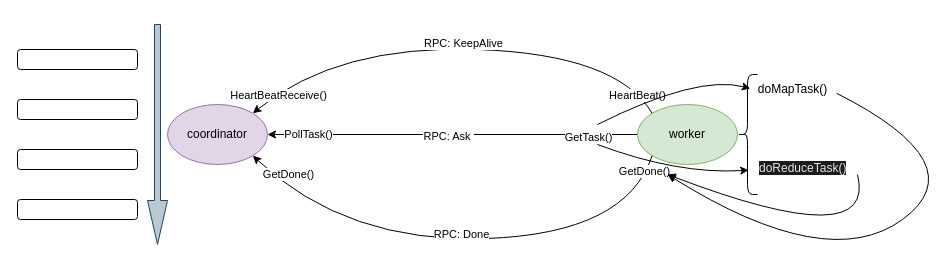
The draw.io diagram lab中MapReduce架构.drawio in FunkLiu/A-mini-porgram-about-Gaokao, before the edit. Source tidied: cells renumbered, new cells numbered last; positions are measured from the earlier drawing's top-left corner, leaving out a move shared by most shapes. Both pictures are drawn from the tidied source at 100%, with x=0, y=0 at pixel (17, 24).
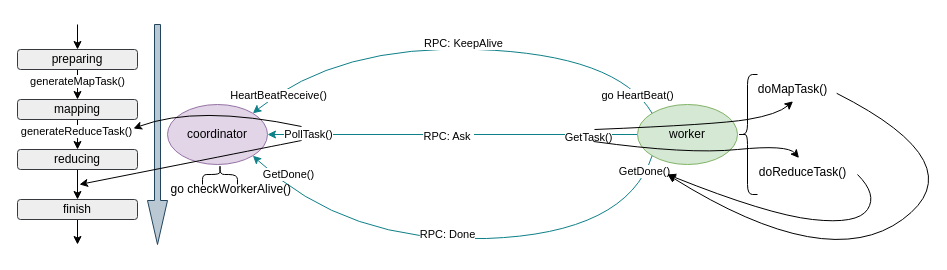
After the change.

Commit message (it also covers changes not shown here):
更新lab中MapReduce架构.drawio

Unchanged cells that the change refers to:
```xml
<mxCell id="2" value="coordinator" style="ellipse;whiteSpace=wrap;html=1;fillColor=#e1d5e7;strokeColor=#9673a6;" parent="1" vertex="1">
  <mxGeometry x="150" y="80" width="100" height="60" as="geometry" />
</mxCell>
<mxCell id="7" value="worker" style="ellipse;whiteSpace=wrap;html=1;fillColor=#d5e8d4;strokeColor=#82b366;" parent="1" vertex="1">
  <mxGeometry x="620" y="80" width="100" height="60" as="geometry" />
</mxCell>
<mxCell id="16" style="shape=curlyBracket;whiteSpace=wrap;html=1;rounded=1;labelPosition=left;verticalLabelPosition=middle;align=right;verticalAlign=middle;size=0.5;" parent="1" vertex="1">
  <mxGeometry x="720" y="50" width="20" height="120" as="geometry" />
</mxCell>
<mxCell id="17" value="doMapTask()" style="text;html=1;align=center;verticalAlign=middle;points=[];strokeColor=none;fillColor=none;" parent="1" vertex="1">
  <mxGeometry x="730" y="50" width="90" height="30" as="geometry" />
</mxCell>
```

Diff of the diagram source:
```diff
@@
-    <mxCell id="3" style="edgeStyle=orthogonalEdgeStyle;rounded=0;jettySize=auto;html=1;exitX=0;exitY=0.5;exitDx=0;exitDy=0;" parent="1" edge="1" source="7" target="2">
+    <mxCell id="3" style="edgeStyle=orthogonalEdgeStyle;rounded=0;jettySize=auto;html=1;exitX=0;exitY=0.5;exitDx=0;exitDy=0;fillColor=#b0e3e6;strokeColor=#0e8088;" parent="1" edge="1" source="7" target="2">
       <mxGeometry relative="1" as="geometry" />
     </mxCell>
@@
-    <mxCell id="8" style="curved=1;endArrow=classic;html=1;rounded=0;entryX=1;entryY=0;entryDx=0;entryDy=0;exitX=0;exitY=0;exitDx=0;exitDy=0;" parent="1" edge="1" source="7" target="2">
+    <mxCell id="8" style="curved=1;endArrow=classic;html=1;rounded=0;entryX=1;entryY=0;entryDx=0;entryDy=0;exitX=0;exitY=0;exitDx=0;exitDy=0;fillColor=#b0e3e6;strokeColor=#0e8088;" parent="1" edge="1" source="7" target="2">
       <mxGeometry relative="1" as="geometry">
         <Array as="points">
           <mxPoint x="600" y="30" />
           <mxPoint x="320" y="20" />
         </Array>
       </mxGeometry>
     </mxCell>
-    <mxCell id="9" value="HeartBeat()" style="edgeLabel;html=1;align=center;verticalAlign=middle;" parent="8" vertex="1">
+    <mxCell id="9" value="go HeartBeat()" style="edgeLabel;html=1;align=center;verticalAlign=middle;" parent="8" vertex="1">
       <mxGeometry x="-0.92" y="2" relative="1" as="geometry">
         <mxPoint x="-4" y="-4" as="offset" />
       </mxGeometry>
     </mxCell>
@@
-    <mxCell id="12" style="curved=1;endArrow=classic;html=1;rounded=0;entryX=1;entryY=1;entryDx=0;entryDy=0;exitX=0;exitY=1;exitDx=0;exitDy=0;" parent="1" edge="1" source="7" target="2">
+    <mxCell id="12" style="curved=1;endArrow=classic;html=1;rounded=0;entryX=1;entryY=1;entryDx=0;entryDy=0;exitX=0;exitY=1;exitDx=0;exitDy=0;fillColor=#b0e3e6;strokeColor=#0e8088;" parent="1" edge="1" source="7" target="2">
       <mxGeometry relative="1" as="geometry">
         <Array as="points">
           <mxPoint x="609" y="209" />
           <mxPoint x="329" y="219" />
         </Array>
       </mxGeometry>
     </mxCell>
@@
     <mxCell id="15" value="RPC: Done" style="edgeLabel;html=1;align=center;verticalAlign=middle;" parent="12" vertex="1">
       <mxGeometry x="0.72" y="1" relative="1" as="geometry">
-        <mxPoint x="159" y="31" as="offset" />
+        <mxPoint x="145" y="31" as="offset" />
       </mxGeometry>
     </mxCell>
@@
-    <mxCell id="18" value="&lt;span style=&quot;color: rgb(232, 230, 227); font-family: Helvetica; font-size: 12px; font-style: normal; font-variant-ligatures: normal; font-variant-caps: normal; font-weight: 400; letter-spacing: normal; orphans: 2; text-align: center; text-indent: 0px; text-transform: none; widows: 2; word-spacing: 0px; -webkit-text-stroke-width: 0px; white-space: nowrap; background-color: rgb(26, 28, 30); text-decoration-thickness: initial; text-decoration-style: initial; text-decoration-color: initial; float: none; display: inline !important; --darkreader-inline-color: #d8d4cf; --darkreader-inline-bgcolor: #151718;&quot;&gt;doReduceTask()&lt;/span&gt;" style="text;whiteSpace=wrap;html=1;" parent="1" vertex="1">
-      <mxGeometry x="740" y="130" width="100" height="40" as="geometry" />
-    </mxCell>
-    <mxCell id="19" style="curved=1;endArrow=classic;html=1;rounded=0;entryX=0.64;entryY=0.117;entryDx=0;entryDy=0;entryPerimeter=0;" parent="1" edge="1" target="16">
+    <mxCell id="19" style="curved=1;endArrow=classic;html=1;rounded=0;entryX=0.506;entryY=0.894;entryDx=0;entryDy=0;entryPerimeter=0;" parent="1" edge="1" target="17">
       <mxGeometry relative="1" as="geometry">
-        <mxPoint x="580" y="100" as="sourcePoint" />
+        <mxPoint x="577" y="105" as="sourcePoint" />
         <Array as="points">
-          <mxPoint x="680" y="50" />
+          <mxPoint x="700" y="100" />
+          <mxPoint x="760" y="90" />
         </Array>
       </mxGeometry>
     </mxCell>
-    <mxCell id="20" style="curved=1;endArrow=classic;html=1;rounded=0;entryX=0.56;entryY=0.797;entryDx=0;entryDy=0;entryPerimeter=0;" parent="1" edge="1" target="16">
+    <mxCell id="20" style="curved=1;endArrow=classic;html=1;rounded=0;entryX=0.468;entryY=0.033;entryDx=0;entryDy=0;entryPerimeter=0;" parent="1" edge="1" target="18">
       <mxGeometry relative="1" as="geometry">
-        <mxPoint x="580" y="120" as="sourcePoint" />
+        <mxPoint x="576" y="117" as="sourcePoint" />
         <Array as="points">
-          <mxPoint x="660" y="150" />
+          <mxPoint x="670" y="130" />
+          <mxPoint x="770" y="120" />
         </Array>
       </mxGeometry>
     </mxCell>
-    <mxCell id="21" style="curved=1;endArrow=classic;html=1;rounded=0;exitX=1;exitY=0.5;exitDx=0;exitDy=0;" parent="1" edge="1" source="18">
+    <mxCell id="21" style="curved=1;endArrow=classic;html=1;rounded=0;exitX=1;exitY=0.5;exitDx=0;exitDy=0;" parent="1" edge="1">
       <mxGeometry relative="1" as="geometry">
+        <mxPoint x="840" y="150" as="sourcePoint" />
         <mxPoint x="650" y="150" as="targetPoint" />
         <Array as="points">
-          <mxPoint x="860" y="230" />
+          <mxPoint x="860" y="170" />
+          <mxPoint x="840" y="200" />
+          <mxPoint x="750" y="190" />
         </Array>
       </mxGeometry>
     </mxCell>
@@
+    <mxCell id="28" style="group;flipV=0;direction=east;" parent="1" vertex="1">
+      <mxGeometry width="150" height="220" as="geometry" />
+    </mxCell>
-    <mxCell id="23" style="shape=singleArrow;direction=north;whiteSpace=wrap;html=1;flipH=1;flipV=1;fillColor=#bac8d3;strokeColor=#23445d;" parent="1" vertex="1">
+    <mxCell id="23" style="shape=singleArrow;direction=north;whiteSpace=wrap;html=1;flipH=1;flipV=1;fillColor=#bac8d3;strokeColor=#23445d;" parent="28" vertex="1">
       <mxGeometry x="130" width="20" height="220" as="geometry" />
     </mxCell>
+    <mxCell id="29" style="edgeStyle=orthogonalEdgeStyle;rounded=0;jettySize=auto;html=1;exitX=0.5;exitY=1;exitDx=0;exitDy=0;entryX=0.5;entryY=0;entryDx=0;entryDy=0;" parent="28" edge="1" source="24" target="27">
+      <mxGeometry relative="1" as="geometry" />
+    </mxCell>
+    <mxCell id="30" value="generateMapTask()" style="edgeLabel;html=1;align=center;verticalAlign=middle;" parent="29" vertex="1">
+      <mxGeometry x="-0.07" y="-1" relative="1" as="geometry">
+        <mxPoint y="-3" as="offset" />
+      </mxGeometry>
+    </mxCell>
+    <mxCell id="31" style="edgeStyle=orthogonalEdgeStyle;rounded=0;jettySize=auto;html=1;entryX=0.5;entryY=0;entryDx=0;entryDy=0;" parent="28" edge="1" target="24">
+      <mxGeometry relative="1" as="geometry">
+        <mxPoint x="60" as="sourcePoint" />
+      </mxGeometry>
+    </mxCell>
-    <mxCell id="24" style="rounded=1;whiteSpace=wrap;html=1;" parent="1" vertex="1">
+    <mxCell id="24" value="preparing" style="rounded=1;whiteSpace=wrap;html=1;fillColor=#eeeeee;strokeColor=#36393d;" parent="28" vertex="1">
       <mxGeometry y="25" width="120" height="20" as="geometry" />
     </mxCell>
+    <mxCell id="32" style="edgeStyle=orthogonalEdgeStyle;rounded=0;jettySize=auto;html=1;exitX=0.5;exitY=1;exitDx=0;exitDy=0;" parent="28" edge="1" source="25">
+      <mxGeometry relative="1" as="geometry">
+        <mxPoint x="60" y="220" as="targetPoint" />
+      </mxGeometry>
+    </mxCell>
-    <mxCell id="25" style="rounded=1;whiteSpace=wrap;html=1;" parent="1" vertex="1">
+    <mxCell id="25" value="finish" style="rounded=1;whiteSpace=wrap;html=1;fillColor=#eeeeee;strokeColor=#36393d;" parent="28" vertex="1">
       <mxGeometry y="175" width="120" height="20" as="geometry" />
     </mxCell>
+    <mxCell id="33" style="edgeStyle=orthogonalEdgeStyle;rounded=0;jettySize=auto;html=1;exitX=0.5;exitY=1;exitDx=0;exitDy=0;entryX=0.5;entryY=0;entryDx=0;entryDy=0;" parent="28" edge="1" source="26" target="25">
+      <mxGeometry relative="1" as="geometry" />
+    </mxCell>
+    <mxCell id="34" style="edgeStyle=orthogonalEdgeStyle;rounded=0;jettySize=auto;html=1;" parent="28" edge="1" source="27" target="26">
+      <mxGeometry relative="1" as="geometry" />
+    </mxCell>
+    <mxCell id="35" value="generateReduceTask()" style="edgeLabel;html=1;align=center;verticalAlign=middle;" parent="34" vertex="1">
+      <mxGeometry x="0.23" y="-2" relative="1" as="geometry" />
+    </mxCell>
-    <mxCell id="26" style="rounded=1;whiteSpace=wrap;html=1;" parent="1" vertex="1">
+    <mxCell id="26" value="reducing" style="rounded=1;whiteSpace=wrap;html=1;fillColor=#eeeeee;strokeColor=#36393d;" parent="28" vertex="1">
       <mxGeometry y="125" width="120" height="20" as="geometry" />
     </mxCell>
-    <mxCell id="27" style="rounded=1;whiteSpace=wrap;html=1;" parent="1" vertex="1">
+    <mxCell id="27" value="mapping" style="rounded=1;whiteSpace=wrap;html=1;fillColor=#eeeeee;strokeColor=#36393d;" parent="28" vertex="1">
       <mxGeometry y="75" width="120" height="20" as="geometry" />
     </mxCell>
+    <mxCell id="36" style="shape=curlyBracket;whiteSpace=wrap;html=1;rounded=1;labelPosition=left;verticalLabelPosition=middle;align=right;verticalAlign=middle;rotation=90;" parent="1" vertex="1">
+      <mxGeometry x="192.5" y="132.5" width="20" height="35" as="geometry" />
+    </mxCell>
+    <mxCell id="37" value="go checkWorkerAlive()&amp;nbsp;" style="text;html=1;align=center;verticalAlign=middle;strokeColor=none;fillColor=none;" parent="1" vertex="1">
+      <mxGeometry x="140" y="150" width="150" height="30" as="geometry" />
+    </mxCell>
+    <mxCell id="38" style="curved=1;endArrow=classic;html=1;rounded=0;" parent="1" edge="1">
+      <mxGeometry relative="1" as="geometry">
+        <mxPoint x="284" y="102" as="sourcePoint" />
+        <mxPoint x="116" y="104" as="targetPoint" />
+        <Array as="points">
+          <mxPoint x="180" y="80" />
+        </Array>
+      </mxGeometry>
+    </mxCell>
+    <mxCell id="39" style="curved=1;endArrow=classic;html=1;rounded=0;" parent="1" edge="1">
+      <mxGeometry relative="1" as="geometry">
+        <mxPoint x="284" y="116" as="sourcePoint" />
+        <mxPoint x="62" y="160" as="targetPoint" />
+      </mxGeometry>
+    </mxCell>
+    <mxCell id="18" value="doReduceTask()" style="text;html=1;align=center;verticalAlign=middle;points=[];strokeColor=none;fillColor=none;" parent="1" vertex="1">
+      <mxGeometry x="730" y="132.5" width="110" height="30" as="geometry" />
+    </mxCell>
```
